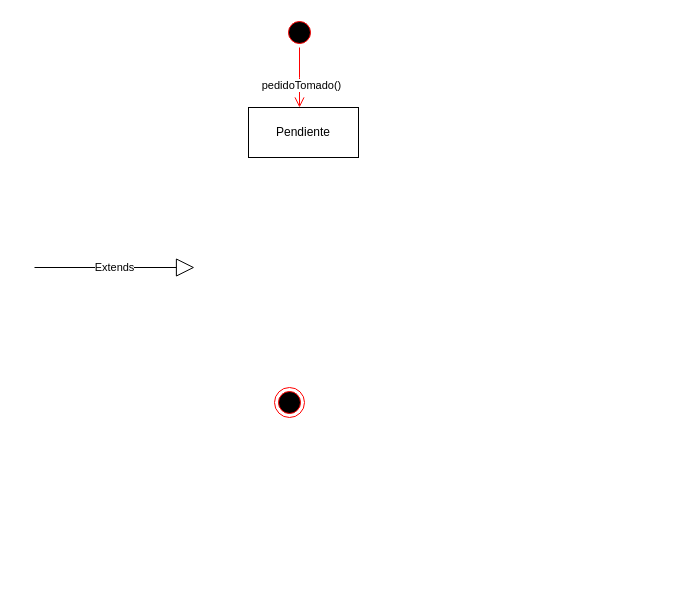
This is Parcial 2.drawio from PCalderon77/Bases-de-datos1-ISSD, a draw.io file, before an edit. Source tidied: cells renumbered, new cells numbered last; positions are measured from the earlier drawing's top-left corner, leaving out a move shared by most shapes. Both pictures are drawn from the tidied source at 100%, with x=0, y=0 at pixel (34, 17).
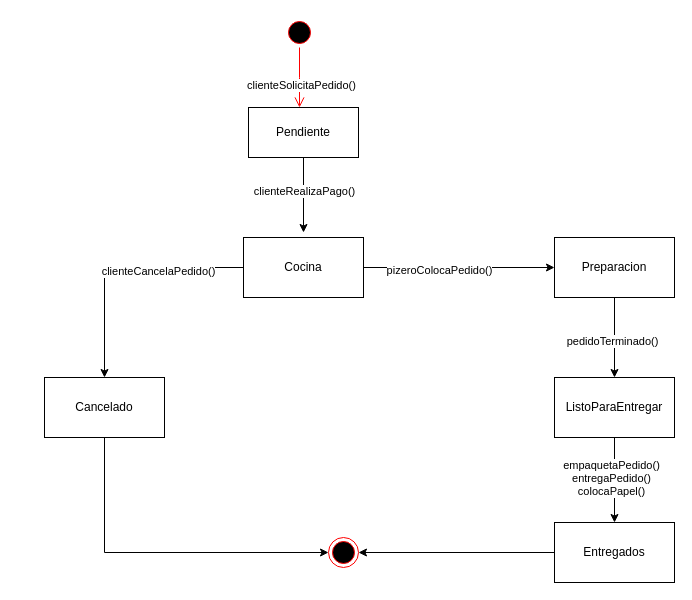
The same diagram, later.

The change refers to these unchanged cells:
```xml
<mxCell id="4" style="edgeStyle=orthogonalEdgeStyle;html=1;verticalAlign=bottom;endArrow=open;endSize=8;strokeColor=#ff0000;rounded=0;" parent="1" edge="1" source="3">
  <mxGeometry relative="1" as="geometry">
    <mxPoint x="265" y="90" as="targetPoint" />
  </mxGeometry>
</mxCell>
<mxCell id="6" value="Pendiente" style="html=1;whiteSpace=wrap;" parent="1" vertex="1">
  <mxGeometry x="214" y="90" width="110" height="50" as="geometry" />
</mxCell>
```

What changed in the source:
```diff
@@
     <mxCell id="2" style="ellipse;html=1;shape=endState;fillColor=#000000;strokeColor=#ff0000;" parent="1" vertex="1">
-      <mxGeometry x="240" y="370" width="30" height="30" as="geometry" />
+      <mxGeometry x="294" y="520" width="30" height="30" as="geometry" />
     </mxCell>
@@
-    <mxCell id="5" value="pedidoTomado()" style="edgeLabel;html=1;align=center;verticalAlign=middle;" parent="4" vertex="1">
+    <mxCell id="5" value="clienteSolicitaPedido()" style="edgeLabel;html=1;align=center;verticalAlign=middle;" parent="4" vertex="1">
       <mxGeometry x="0.24" y="1" relative="1" as="geometry" />
     </mxCell>
+    <mxCell id="8" style="edgeStyle=orthogonalEdgeStyle;rounded=0;jettySize=auto;html=1;" parent="1" edge="1" source="6">
+      <mxGeometry relative="1" as="geometry">
+        <mxPoint x="269" y="215" as="targetPoint" />
+      </mxGeometry>
+    </mxCell>
+    <mxCell id="9" value="clienteRealizaPago()" style="edgeLabel;html=1;align=center;verticalAlign=middle;" parent="8" vertex="1">
+      <mxGeometry x="-0.13" relative="1" as="geometry" />
+    </mxCell>
@@
-    <mxCell id="7" value="Extends" style="endArrow=block;endSize=16;endFill=0;html=1;rounded=0;" parent="1" edge="1">
-      <mxGeometry relative="1" as="geometry">
-        <mxPoint y="250" as="sourcePoint" />
-        <mxPoint x="160" y="250" as="targetPoint" />
-      </mxGeometry>
-    </mxCell>
+    <mxCell id="10" style="edgeStyle=orthogonalEdgeStyle;rounded=0;jettySize=auto;html=1;entryX=0;entryY=0.5;entryDx=0;entryDy=0;" parent="1" edge="1" source="14" target="17">
+      <mxGeometry relative="1" as="geometry" />
+    </mxCell>
+    <mxCell id="11" value="pizeroColocaPedido()" style="edgeLabel;html=1;align=center;verticalAlign=middle;" parent="10" vertex="1">
+      <mxGeometry x="-0.21" y="-2" relative="1" as="geometry" />
+    </mxCell>
+    <mxCell id="12" style="edgeStyle=orthogonalEdgeStyle;rounded=0;jettySize=auto;html=1;entryX=0.5;entryY=0;entryDx=0;entryDy=0;" parent="1" edge="1" source="14" target="22">
+      <mxGeometry relative="1" as="geometry" />
+    </mxCell>
+    <mxCell id="13" value="clienteCancelaPedido()" style="edgeLabel;html=1;align=center;verticalAlign=middle;" parent="12" vertex="1">
+      <mxGeometry x="-0.31" y="3" relative="1" as="geometry" />
+    </mxCell>
+    <mxCell id="14" value="Cocina" style="rounded=0;whiteSpace=wrap;html=1;" parent="1" vertex="1">
+      <mxGeometry x="209" y="220" width="120" height="60" as="geometry" />
+    </mxCell>
+    <mxCell id="15" style="edgeStyle=orthogonalEdgeStyle;rounded=0;jettySize=auto;html=1;exitX=0.5;exitY=1;exitDx=0;exitDy=0;entryX=0.5;entryY=0;entryDx=0;entryDy=0;" parent="1" edge="1" source="17" target="20">
+      <mxGeometry relative="1" as="geometry" />
+    </mxCell>
+    <mxCell id="16" value="pedidoTerminado()" style="edgeLabel;html=1;align=center;verticalAlign=middle;" parent="15" vertex="1">
+      <mxGeometry x="0.07" y="-3" relative="1" as="geometry" />
+    </mxCell>
+    <mxCell id="17" value="Preparacion" style="rounded=0;whiteSpace=wrap;html=1;" parent="1" vertex="1">
+      <mxGeometry x="520" y="220" width="120" height="60" as="geometry" />
+    </mxCell>
+    <mxCell id="18" style="edgeStyle=orthogonalEdgeStyle;rounded=0;jettySize=auto;html=1;exitX=0.5;exitY=1;exitDx=0;exitDy=0;entryX=0.5;entryY=0;entryDx=0;entryDy=0;" parent="1" edge="1" source="20" target="24">
+      <mxGeometry relative="1" as="geometry" />
+    </mxCell>
+    <mxCell id="19" value="empaquetaPedido()&lt;br&gt;entregaPedido()&lt;br&gt;colocaPapel()" style="edgeLabel;html=1;align=center;verticalAlign=middle;" parent="18" vertex="1">
+      <mxGeometry x="-0.07" y="-4" relative="1" as="geometry" />
+    </mxCell>
+    <mxCell id="20" value="ListoParaEntregar" style="rounded=0;whiteSpace=wrap;html=1;" parent="1" vertex="1">
+      <mxGeometry x="520" y="360" width="120" height="60" as="geometry" />
+    </mxCell>
+    <mxCell id="21" style="edgeStyle=orthogonalEdgeStyle;rounded=0;jettySize=auto;html=1;exitX=0.5;exitY=1;exitDx=0;exitDy=0;entryX=0;entryY=0.5;entryDx=0;entryDy=0;" parent="1" edge="1" source="22" target="2">
+      <mxGeometry relative="1" as="geometry" />
+    </mxCell>
+    <mxCell id="22" value="Cancelado" style="rounded=0;whiteSpace=wrap;html=1;" parent="1" vertex="1">
+      <mxGeometry x="10" y="360" width="120" height="60" as="geometry" />
+    </mxCell>
+    <mxCell id="23" style="edgeStyle=orthogonalEdgeStyle;rounded=0;jettySize=auto;html=1;exitX=0;exitY=0.5;exitDx=0;exitDy=0;entryX=1;entryY=0.5;entryDx=0;entryDy=0;" parent="1" edge="1" source="24" target="2">
+      <mxGeometry relative="1" as="geometry" />
+    </mxCell>
+    <mxCell id="24" value="Entregados" style="rounded=0;whiteSpace=wrap;html=1;" parent="1" vertex="1">
+      <mxGeometry x="520" y="505" width="120" height="60" as="geometry" />
+    </mxCell>
```
